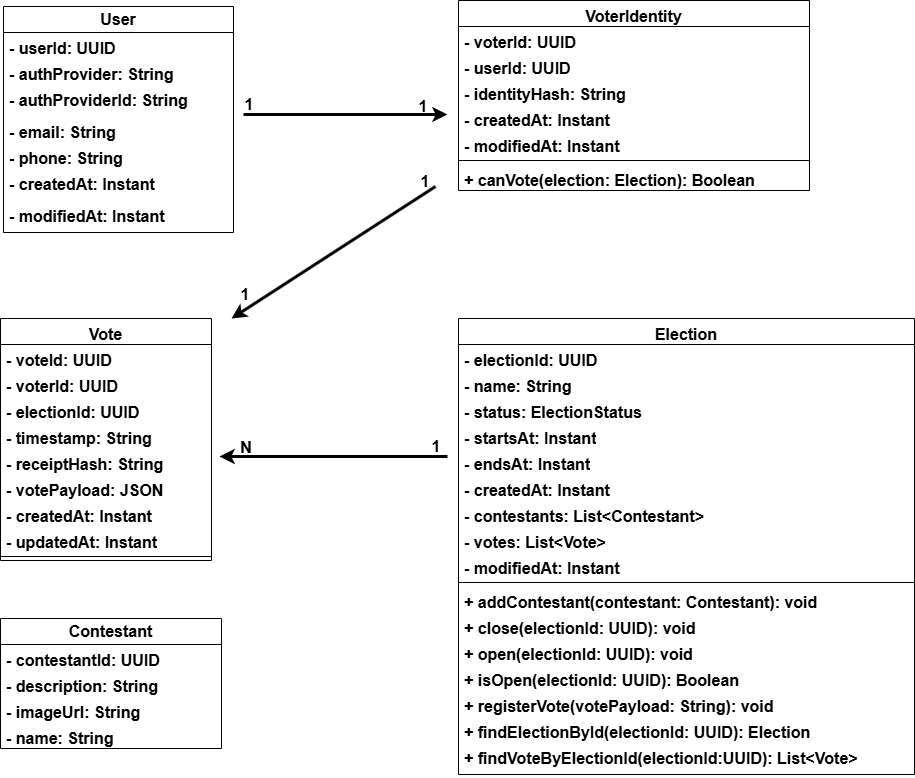
The draw.io diagram images/class_diagram_v4.png in andreixmartins/arch-kata2, before a commit. Source tidied: cells renumbered, new cells last; positions are measured from the earlier drawing's top-left corner, leaving out a move shared by most shapes.
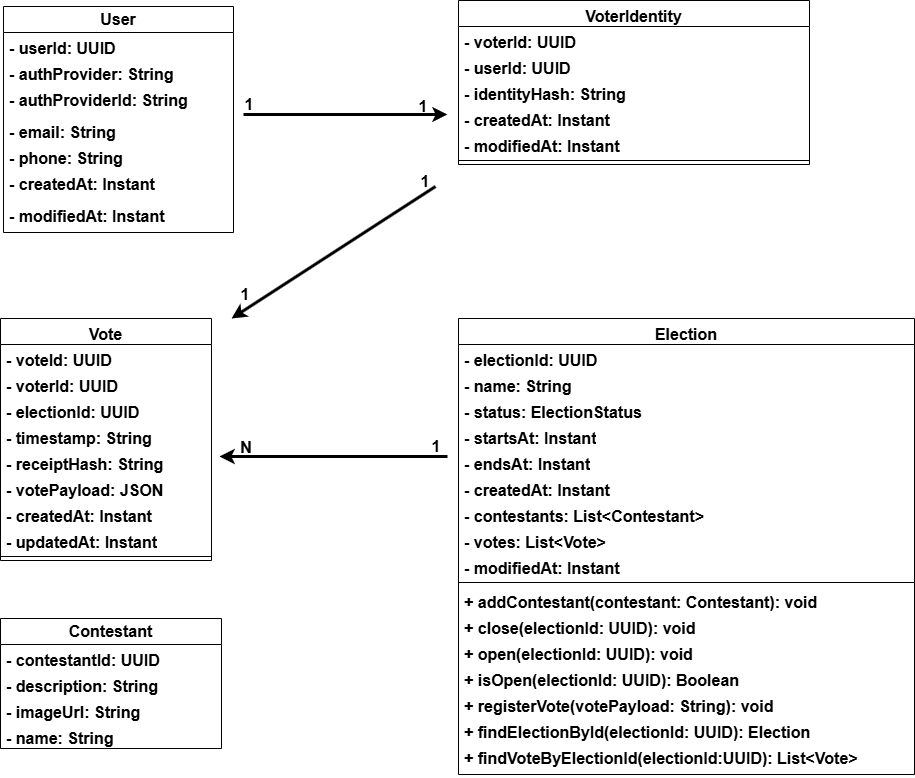
Later version of the same file.

Commit message:
FFucks - Updated class diagram

Diff of the diagram source:
```diff
@@ -27,7 +27,7 @@
       <mxGeometry y="194" width="230" height="32" as="geometry" />
     </mxCell>
     <mxCell id="10" value="VoterIdentity" style="swimlane;fontStyle=1;align=center;verticalAlign=top;horizontal=1;startSize=26;whiteSpace=wrap;html=1;labelBackgroundColor=none;fontSize=16;fillColor=none;" parent="1" vertex="1">
-      <mxGeometry x="458" width="351" height="190" as="geometry" />
+      <mxGeometry x="458" width="351" height="164" as="geometry" />
     </mxCell>
     <mxCell id="11" value="- voterId: UUID" style="text;align=left;verticalAlign=top;spacingLeft=4;spacingRight=4;overflow=hidden;whiteSpace=wrap;html=1;labelBackgroundColor=none;fontSize=16;fontStyle=1;fillColor=none;" parent="10" vertex="1">
       <mxGeometry y="26" width="351" height="26" as="geometry" />
@@ -47,9 +47,6 @@
     <mxCell id="16" style="line;strokeWidth=1;align=left;verticalAlign=middle;spacingTop=-1;spacingLeft=3;spacingRight=3;labelPosition=right;labelBackgroundColor=none;fontSize=16;fontStyle=1;fillColor=none;" parent="10" vertex="1">
       <mxGeometry y="156" width="351" height="8" as="geometry" />
     </mxCell>
-    <mxCell id="17" value="+ canVote(election: Election): Boolean" style="text;align=left;verticalAlign=top;spacingLeft=4;spacingRight=4;overflow=hidden;whiteSpace=wrap;html=1;labelBackgroundColor=none;fontSize=16;fontStyle=1;fillColor=none;" parent="10" vertex="1">
-      <mxGeometry y="164" width="351" height="26" as="geometry" />
-    </mxCell>
     <mxCell id="18" value="Election" style="swimlane;fontStyle=1;align=center;verticalAlign=top;horizontal=1;startSize=26;whiteSpace=wrap;html=1;labelBackgroundColor=none;fontSize=16;fillColor=none;" parent="1" vertex="1">
       <mxGeometry x="458" y="318" width="456" height="456" as="geometry" />
     </mxCell>
```
